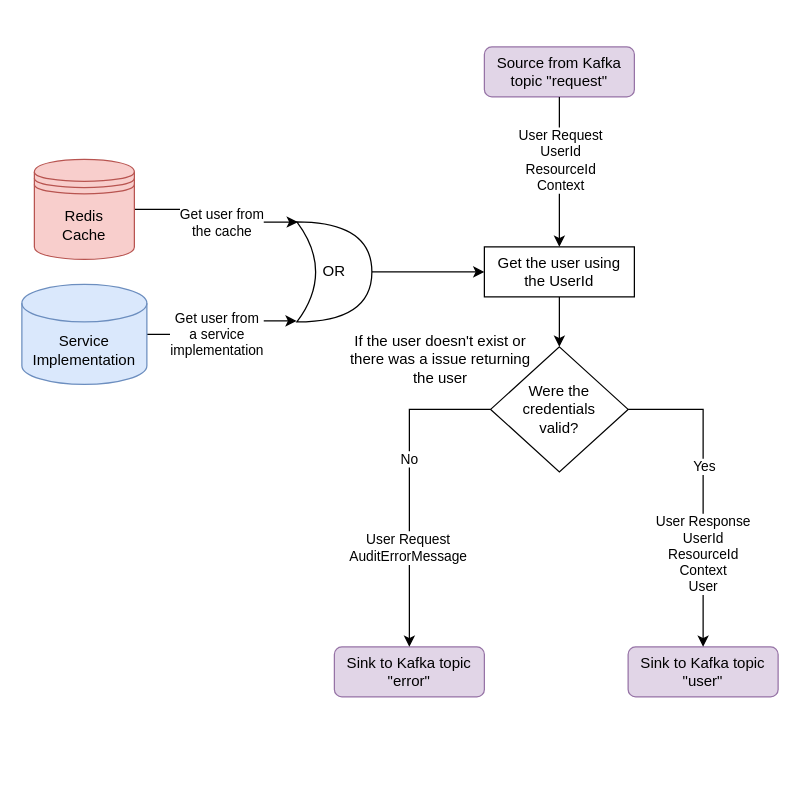
Above: user-service/doc/user-service.drawio in gchq/Palisade-services (draw.io), before the change. Source tidied: cells renumbered, new cells numbered last; positions are measured from the earlier drawing's top-left corner, leaving out a move shared by most shapes. Both pictures are drawn from the tidied source at 125%, with x=0, y=0 at pixel (21, 46).
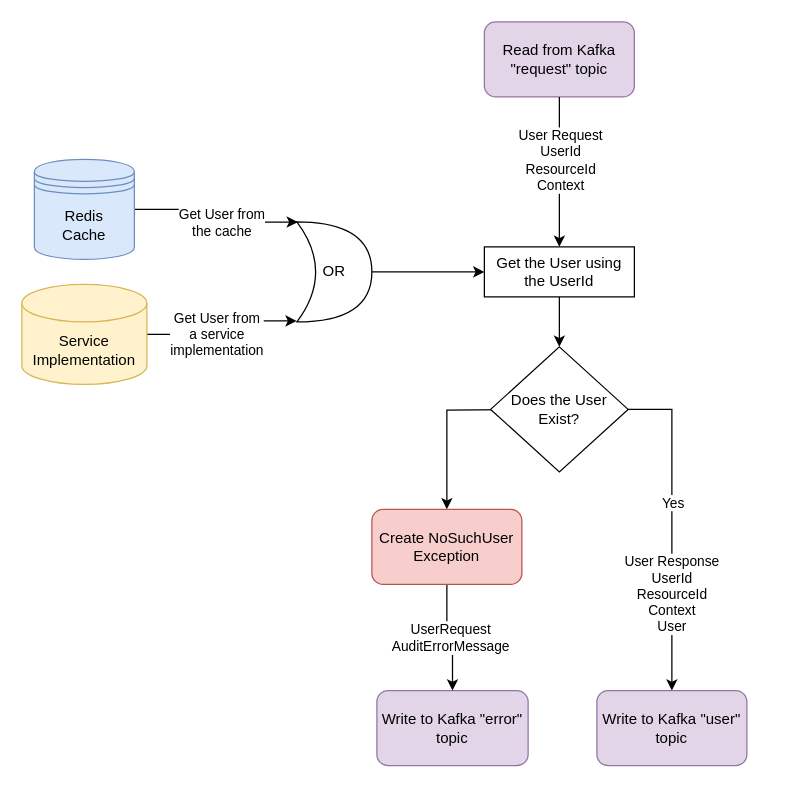
After the change.

The change refers to these unchanged cells:
```xml
<mxCell id="7" style="edgeStyle=orthogonalEdgeStyle;rounded=0;jettySize=auto;html=1;exitX=1;exitY=0.5;exitDx=0;exitDy=0;entryX=0.013;entryY=0.002;entryDx=0;entryDy=0;entryPerimeter=0;" parent="1" edge="1" source="9" target="14">
  <mxGeometry relative="1" as="geometry">
    <Array as="points">
      <mxPoint x="155" y="130" />
      <mxPoint x="155" y="140" />
    </Array>
  </mxGeometry>
</mxCell>
<mxCell id="10" style="edgeStyle=orthogonalEdgeStyle;rounded=0;jettySize=auto;html=1;exitX=1;exitY=0.5;exitDx=0;exitDy=0;exitPerimeter=0;entryX=-0.003;entryY=0.99;entryDx=0;entryDy=0;entryPerimeter=0;" parent="1" edge="1" source="12" target="14">
  <mxGeometry relative="1" as="geometry">
    <Array as="points">
      <mxPoint x="160" y="230" />
      <mxPoint x="160" y="219" />
    </Array>
  </mxGeometry>
</mxCell>
```

The edit, as a diff of the source:
```diff
@@
-    <mxCell id="2" value="&lt;span&gt;Source from Kafka topic &quot;request&quot;&lt;/span&gt;" style="rounded=1;whiteSpace=wrap;html=1;fillColor=#e1d5e7;strokeColor=#9673a6;" parent="1" vertex="1">
-      <mxGeometry x="370" width="120" height="40" as="geometry" />
+    <mxCell id="2" value="&lt;span&gt;Read from Kafka &quot;request&quot; topic&lt;/span&gt;" style="rounded=1;whiteSpace=wrap;html=1;fillColor=#e1d5e7;strokeColor=#9673a6;" parent="1" vertex="1">
+      <mxGeometry x="370" y="-20" width="120" height="60" as="geometry" />
     </mxCell>
@@
-    <mxCell id="4" value="Get the user using the UserId" style="rounded=0;whiteSpace=wrap;html=1;" parent="1" vertex="1">
+    <mxCell id="4" value="Get the User using the UserId" style="rounded=0;whiteSpace=wrap;html=1;" parent="1" vertex="1">
       <mxGeometry x="370" y="160" width="120" height="40" as="geometry" />
     </mxCell>
@@
-    <mxCell id="8" value="&lt;div&gt;Get user from &lt;br&gt;&lt;/div&gt;&lt;div&gt;the cache&lt;/div&gt;" style="edgeLabel;html=1;align=center;verticalAlign=middle;" parent="7" vertex="1">
+    <mxCell id="8" value="&lt;div&gt;Get User from &lt;br&gt;&lt;/div&gt;&lt;div&gt;the cache&lt;/div&gt;" style="edgeLabel;html=1;align=center;verticalAlign=middle;" parent="7" vertex="1">
       <mxGeometry x="-0.23" relative="1" as="geometry">
         <mxPoint x="15" y="10" as="offset" />
       </mxGeometry>
     </mxCell>
-    <mxCell id="9" value="&lt;div&gt;&lt;span&gt;Redis&lt;/span&gt;&lt;/div&gt;&lt;div&gt;&lt;span&gt;Cache&lt;/span&gt;&lt;/div&gt;" style="shape=datastore;whiteSpace=wrap;html=1;labelBackgroundColor=none;fillColor=#f8cecc;strokeColor=#b85450;" parent="1" vertex="1">
+    <mxCell id="9" value="&lt;div&gt;&lt;span&gt;Redis&lt;/span&gt;&lt;/div&gt;&lt;div&gt;&lt;span&gt;Cache&lt;/span&gt;&lt;/div&gt;" style="shape=datastore;whiteSpace=wrap;html=1;labelBackgroundColor=none;fillColor=#dae8fc;strokeColor=#6c8ebf;" parent="1" vertex="1">
       <mxGeometry x="10" y="90" width="80" height="80" as="geometry" />
     </mxCell>
@@
-    <mxCell id="11" value="&lt;div&gt;Get user from &lt;br&gt;&lt;/div&gt;&lt;div&gt;a service &lt;br&gt;&lt;/div&gt;&lt;div&gt;implementation&lt;/div&gt;" style="edgeLabel;html=1;align=center;verticalAlign=middle;" parent="10" vertex="1">
+    <mxCell id="11" value="&lt;div&gt;Get User from &lt;br&gt;&lt;/div&gt;&lt;div&gt;a service &lt;br&gt;&lt;/div&gt;&lt;div&gt;implementation&lt;/div&gt;" style="edgeLabel;html=1;align=center;verticalAlign=middle;" parent="10" vertex="1">
       <mxGeometry x="0.23" relative="1" as="geometry">
         <mxPoint x="-14" y="10" as="offset" />
       </mxGeometry>
     </mxCell>
-    <mxCell id="12" value="Service Implementation" style="shape=cylinder3;whiteSpace=wrap;html=1;boundedLbl=1;backgroundOutline=1;size=15;fillColor=#dae8fc;strokeColor=#6c8ebf;" parent="1" vertex="1">
+    <mxCell id="12" value="Service Implementation" style="shape=cylinder3;whiteSpace=wrap;html=1;boundedLbl=1;backgroundOutline=1;size=15;fillColor=#fff2cc;strokeColor=#d6b656;" parent="1" vertex="1">
       <mxGeometry y="190" width="100" height="80" as="geometry" />
     </mxCell>
@@
-    <mxCell id="15" value="&lt;span&gt;Sink to Kafka topic &quot;user&quot;&lt;/span&gt;" style="rounded=1;whiteSpace=wrap;html=1;fillColor=#e1d5e7;strokeColor=#9673a6;" parent="1" vertex="1">
-      <mxGeometry x="485" y="480" width="120" height="40" as="geometry" />
+    <mxCell id="15" value="&lt;span&gt;Write to Kafka &quot;user&quot; topic&lt;/span&gt;" style="rounded=1;whiteSpace=wrap;html=1;fillColor=#e1d5e7;strokeColor=#9673a6;" parent="1" vertex="1">
+      <mxGeometry x="460" y="515" width="120" height="60" as="geometry" />
     </mxCell>
-    <mxCell id="16" value="Sink to Kafka topic &quot;error&quot;" style="rounded=1;whiteSpace=wrap;html=1;fillColor=#e1d5e7;strokeColor=#9673a6;" parent="1" vertex="1">
-      <mxGeometry x="250" y="480" width="120" height="40" as="geometry" />
+    <mxCell id="16" value="Write to Kafka &quot;error&quot; topic" style="rounded=1;whiteSpace=wrap;html=1;fillColor=#e1d5e7;strokeColor=#9673a6;" parent="1" vertex="1">
+      <mxGeometry x="284" y="515" width="121" height="60" as="geometry" />
     </mxCell>
-    <mxCell id="17" value="If the user doesn't exist or there was a issue returning the user" style="text;html=1;strokeColor=none;fillColor=none;align=center;verticalAlign=middle;whiteSpace=wrap;rounded=0;" parent="1" vertex="1">
-      <mxGeometry x="260" y="220" width="150" height="60" as="geometry" />
-    </mxCell>
-    <mxCell id="18" value="No" style="edgeStyle=orthogonalEdgeStyle;rounded=0;jettySize=auto;html=1;exitX=0;exitY=0.5;exitDx=0;exitDy=0;entryX=0.5;entryY=0;entryDx=0;entryDy=0;" parent="1" edge="1" source="22" target="16">
-      <mxGeometry x="-0.18" relative="1" as="geometry" />
-    </mxCell>
-    <mxCell id="19" value="User Request&lt;br&gt;AuditErrorMessage" style="edgeLabel;html=1;align=center;verticalAlign=middle;" parent="18" vertex="1">
-      <mxGeometry x="0.37" y="-2" relative="1" as="geometry" />
-    </mxCell>
@@
+    <mxCell id="23" style="edgeStyle=orthogonalEdgeStyle;rounded=0;jettySize=auto;html=1;exitX=0;exitY=0.5;exitDx=0;exitDy=0;entryX=0.5;entryY=0;entryDx=0;entryDy=0;" parent="1" edge="1" target="25">
+      <mxGeometry relative="1" as="geometry">
+        <mxPoint x="405" y="290" as="sourcePoint" />
+      </mxGeometry>
+    </mxCell>
-    <mxCell id="22" value="&lt;div&gt;Were the&lt;/div&gt;&lt;div&gt; credentials &lt;br&gt;&lt;/div&gt;&lt;div&gt;valid?&lt;br&gt;&lt;/div&gt;" style="rhombus;whiteSpace=wrap;html=1;" parent="1" vertex="1">
+    <mxCell id="22" value="&lt;div&gt;Does the User&lt;/div&gt;&lt;div&gt;Exist?&lt;/div&gt;" style="rhombus;whiteSpace=wrap;html=1;" parent="1" vertex="1">
       <mxGeometry x="375" y="240" width="110" height="100" as="geometry" />
     </mxCell>
+    <mxCell id="24" value="UserRequest&lt;br&gt;AuditErrorMessage" style="edgeStyle=orthogonalEdgeStyle;rounded=0;jettySize=auto;html=1;exitX=0.5;exitY=1;exitDx=0;exitDy=0;entryX=0.5;entryY=0;entryDx=0;entryDy=0;" parent="1" edge="1" source="25" target="16">
+      <mxGeometry relative="1" as="geometry" />
+    </mxCell>
+    <mxCell id="25" value="Create NoSuchUser Exception" style="rounded=1;whiteSpace=wrap;html=1;fillColor=#f8cecc;strokeColor=#b85450;" parent="1" vertex="1">
+      <mxGeometry x="280" y="370" width="120" height="60" as="geometry" />
+    </mxCell>
```
